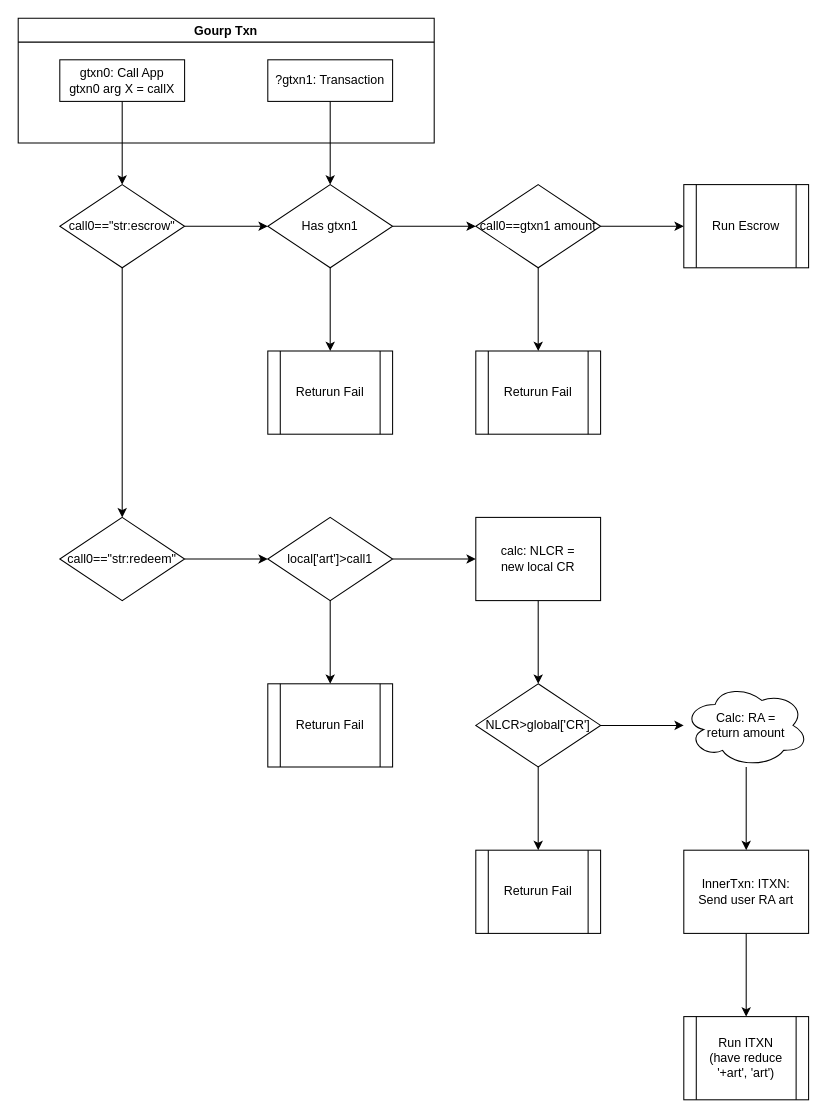
Before: docs/algorand-art-mint-SC.drawio in Artcoin-Network/artificial-algorand-contract, a draw.io diagram. Source tidied: cells renumbered, new cells numbered last; positions are measured from the earlier drawing's top-left corner, leaving out a move shared by most shapes. Both pictures are drawn from the tidied source at 104%, with x=0, y=0 at pixel (18, 18).
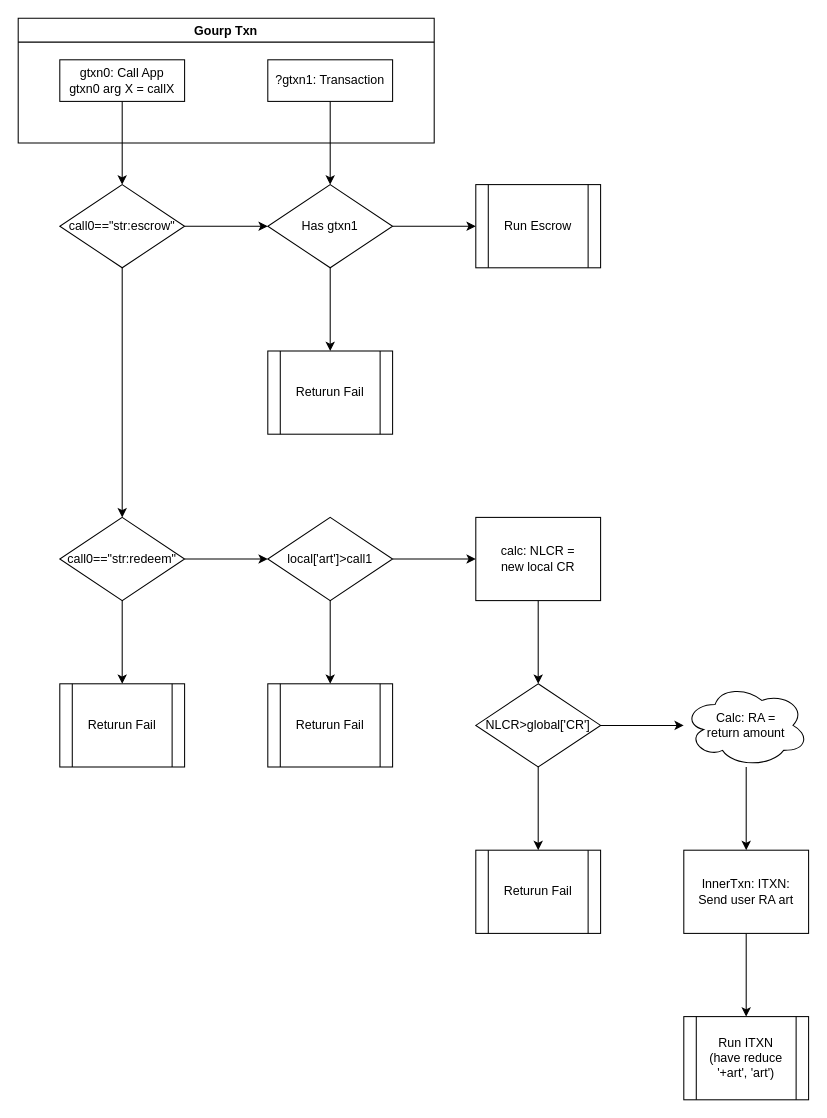
The same page after the edit.

Commit message:
fix: remove unnecessary variables

Unchanged cells that the change refers to:
```xml
<mxCell id="10" value="call0==&quot;str:redeem&quot;" style="rhombus;whiteSpace=wrap;html=1;" parent="1" vertex="1">
  <mxGeometry x="40" y="480" width="120" height="80" as="geometry" />
</mxCell>
<mxCell id="13" value="Has gtxn1" style="rhombus;whiteSpace=wrap;html=1;" parent="1" vertex="1">
  <mxGeometry x="240" y="160" width="120" height="80" as="geometry" />
</mxCell>
```

The edit, as a diff of the source:
```diff
@@
+    <mxCell id="36" style="edgeStyle=none;html=1;" parent="1" edge="1" source="10" target="20">
+      <mxGeometry relative="1" as="geometry" />
+    </mxCell>
@@
-    <mxCell id="11" style="edgeStyle=none;html=1;" parent="1" edge="1" source="13" target="18">
+    <mxCell id="11" style="edgeStyle=none;html=1;" parent="1" edge="1" source="13" target="19">
       <mxGeometry relative="1" as="geometry" />
     </mxCell>
@@
-    <mxCell id="16" style="edgeStyle=none;html=1;" parent="1" edge="1" source="18" target="19">
-      <mxGeometry relative="1" as="geometry" />
-    </mxCell>
-    <mxCell id="17" style="edgeStyle=none;html=1;" parent="1" edge="1" source="18" target="20">
-      <mxGeometry relative="1" as="geometry" />
-    </mxCell>
-    <mxCell id="18" value="call0==gtxn1 amount" style="rhombus;whiteSpace=wrap;html=1;" parent="1" vertex="1">
-      <mxGeometry x="440" y="160" width="120" height="80" as="geometry" />
-    </mxCell>
     <mxCell id="19" value="Run Escrow" style="shape=process;whiteSpace=wrap;html=1;backgroundOutline=1;" parent="1" vertex="1">
-      <mxGeometry x="640" y="160" width="120" height="80" as="geometry" />
+      <mxGeometry x="440" y="160" width="120" height="80" as="geometry" />
     </mxCell>
-    <mxCell id="20" value="Returun Fail" style="shape=process;whiteSpace=wrap;html=1;backgroundOutline=1;" parent="1" vertex="1">
-      <mxGeometry x="440" y="320" width="120" height="80" as="geometry" />
-    </mxCell>
@@
+    <mxCell id="20" value="Returun Fail" style="shape=process;whiteSpace=wrap;html=1;backgroundOutline=1;" parent="1" vertex="1">
+      <mxGeometry x="40" y="640" width="120" height="80" as="geometry" />
+    </mxCell>
```
